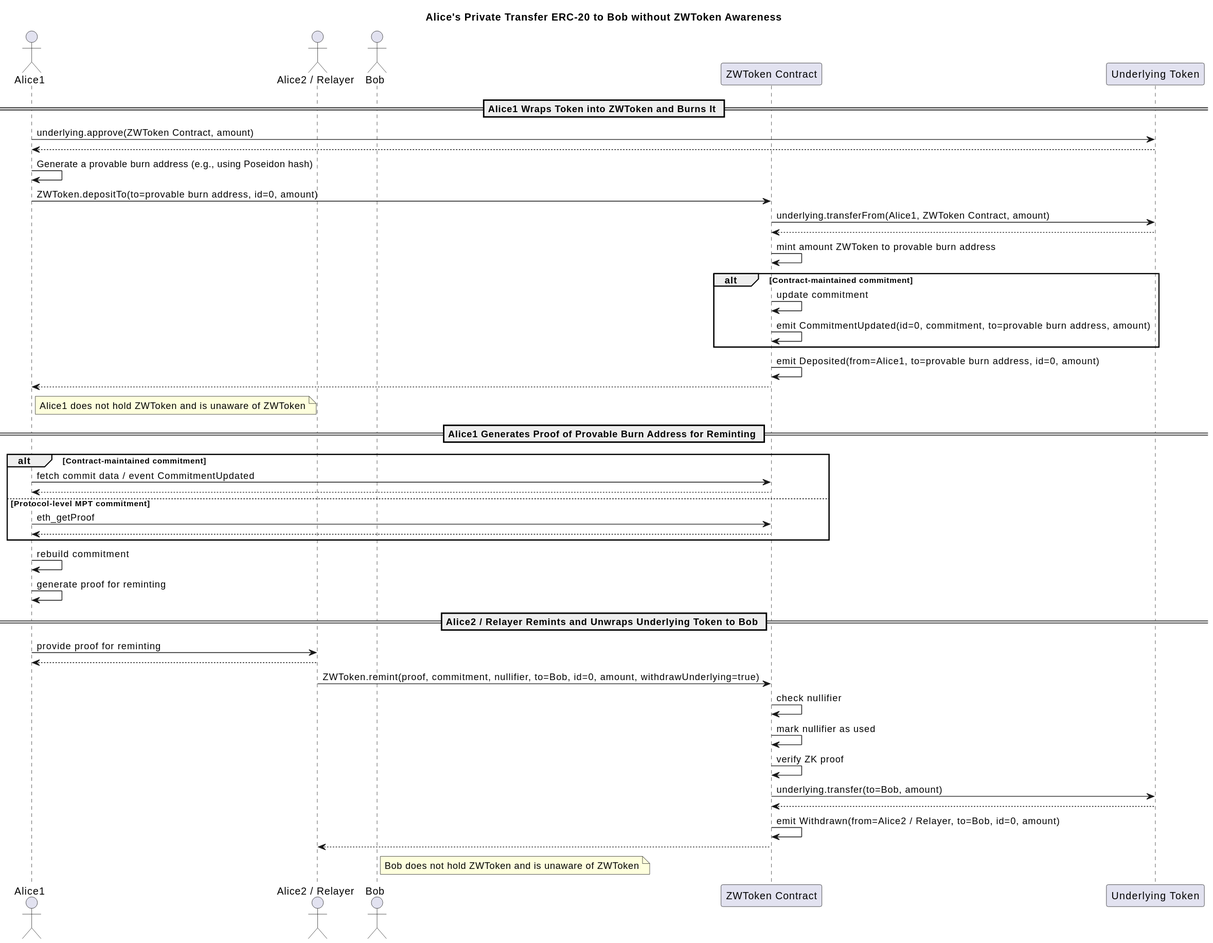
This is assets/erc-8065/flow2.svg from ethereum/ERCs, a PlantUML export, as it was before one commit.
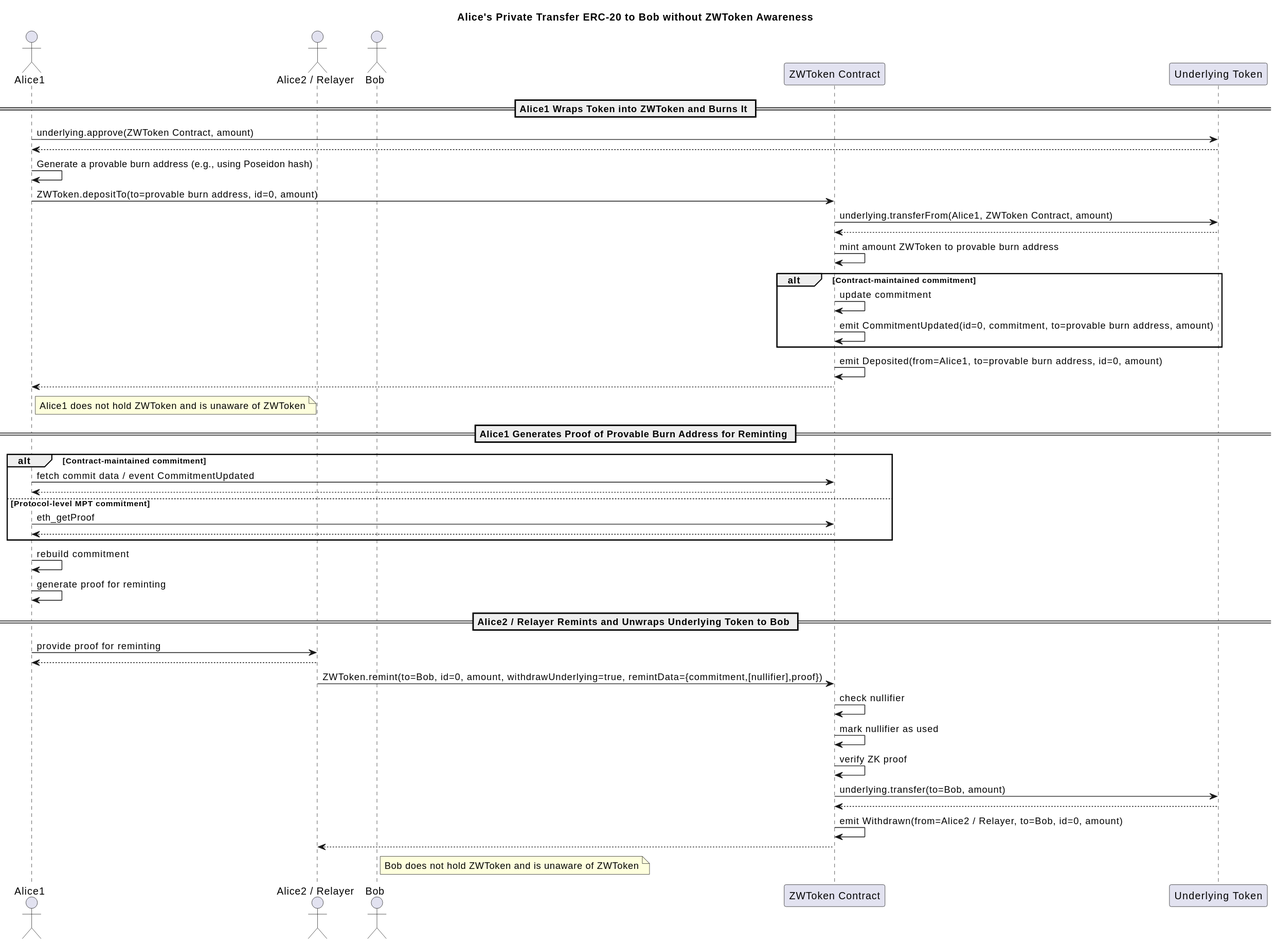
Above is the later version.

Commit message:
Update ERC-8065: refactor remint

What changed in the source:
```diff
@@ -37,7 +37,7 @@
 == Alice2 / Relayer Remints and Unwraps Underlying Token to Bob ==
 Alice1 -> Alice2 : provide proof for reminting
 Alice1 <-- Alice2
-Alice2 -> ZW : ZWToken.remint(proof, commitment, nullifier, to=Bob, id=0, amount, withdrawUnderlying=true)
+Alice2 -> ZW : ZWToken.remint(to=Bob, id=0, amount, withdrawUnderlying=true, remintData={commitment,[nullifier],proof})
 ZW -> ZW : check nullifier
 ZW -> ZW : mark nullifier as used
 ZW -> ZW : verify ZK proof
```
